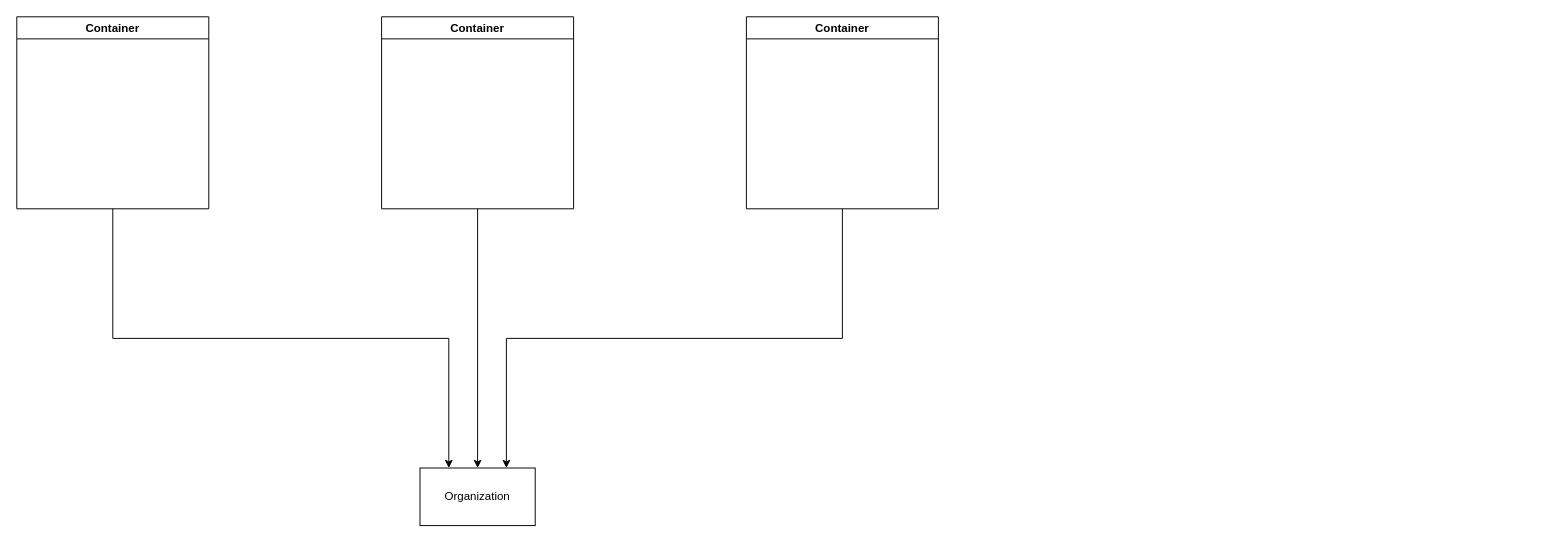
Earlier version of the draw.io diagram megasploit.drawio (LoaiEsam37/system-design-megasploit). Source tidied: cells renumbered, new cells numbered last; positions are measured from the earlier drawing's top-left corner, leaving out a move shared by most shapes. Both pictures are drawn from the tidied source at 96%, with x=0, y=0 at pixel (16, 16).
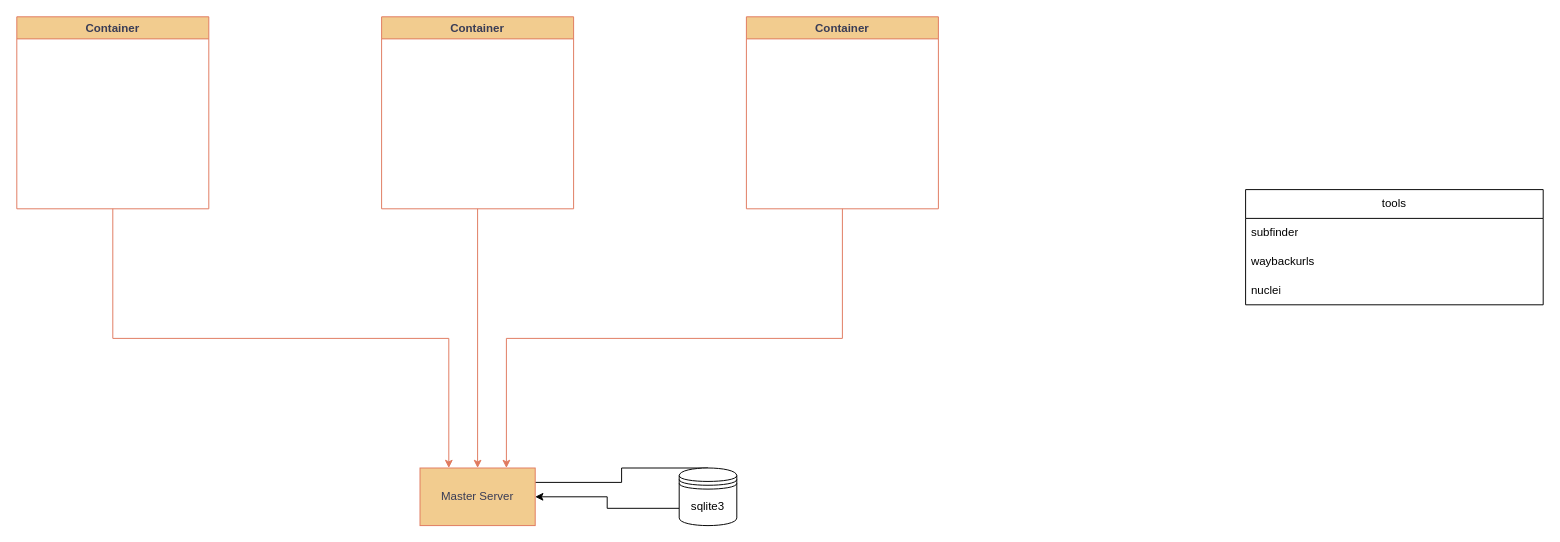
The same page after the edit.

The edit, as a diff of the source:
```diff
@@
 <mxGraphModel>
   <root>
     <mxCell id="0" />
     <mxCell id="1" parent="0" />
-    <mxCell id="2" style="edgeStyle=orthogonalEdgeStyle;rounded=0;jettySize=auto;html=1;exitX=0.5;exitY=1;exitDx=0;exitDy=0;entryX=0.25;entryY=0;entryDx=0;entryDy=0;" parent="1" edge="1" source="3" target="8">
+    <mxCell id="2" style="edgeStyle=orthogonalEdgeStyle;rounded=0;jettySize=auto;html=1;exitX=0.5;exitY=1;exitDx=0;exitDy=0;entryX=0.25;entryY=0;entryDx=0;entryDy=0;labelBackgroundColor=none;strokeColor=#E07A5F;fontColor=default;" parent="1" edge="1" source="3" target="8">
       <mxGeometry relative="1" as="geometry" />
     </mxCell>
-    <mxCell id="3" value="Container" style="swimlane;" parent="1" vertex="1">
+    <mxCell id="3" value="Container" style="swimlane;labelBackgroundColor=none;fillColor=#F2CC8F;strokeColor=#E07A5F;fontColor=#393C56;" parent="1" vertex="1">
       <mxGeometry width="200" height="200" as="geometry" />
     </mxCell>
-    <mxCell id="4" style="edgeStyle=orthogonalEdgeStyle;rounded=0;jettySize=auto;html=1;exitX=0.5;exitY=1;exitDx=0;exitDy=0;entryX=0.75;entryY=0;entryDx=0;entryDy=0;" parent="1" edge="1" source="5" target="8">
+    <mxCell id="4" style="edgeStyle=orthogonalEdgeStyle;rounded=0;jettySize=auto;html=1;exitX=0.5;exitY=1;exitDx=0;exitDy=0;entryX=0.75;entryY=0;entryDx=0;entryDy=0;labelBackgroundColor=none;strokeColor=#E07A5F;fontColor=default;" parent="1" edge="1" source="5" target="8">
       <mxGeometry relative="1" as="geometry" />
     </mxCell>
-    <mxCell id="5" value="Container" style="swimlane;" parent="1" vertex="1">
+    <mxCell id="5" value="Container" style="swimlane;labelBackgroundColor=none;fillColor=#F2CC8F;strokeColor=#E07A5F;fontColor=#393C56;" parent="1" vertex="1">
       <mxGeometry x="760" width="200" height="200" as="geometry" />
     </mxCell>
-    <mxCell id="6" style="edgeStyle=orthogonalEdgeStyle;rounded=0;jettySize=auto;html=1;exitX=0.5;exitY=1;exitDx=0;exitDy=0;entryX=0.5;entryY=0;entryDx=0;entryDy=0;" parent="1" edge="1" source="7" target="8">
+    <mxCell id="6" style="edgeStyle=orthogonalEdgeStyle;rounded=0;jettySize=auto;html=1;exitX=0.5;exitY=1;exitDx=0;exitDy=0;entryX=0.5;entryY=0;entryDx=0;entryDy=0;labelBackgroundColor=none;strokeColor=#E07A5F;fontColor=default;" parent="1" edge="1" source="7" target="8">
       <mxGeometry relative="1" as="geometry" />
     </mxCell>
-    <mxCell id="7" value="Container" style="swimlane;" parent="1" vertex="1">
+    <mxCell id="7" value="Container" style="swimlane;labelBackgroundColor=none;fillColor=#F2CC8F;strokeColor=#E07A5F;fontColor=#393C56;" parent="1" vertex="1">
       <mxGeometry x="380" width="200" height="200" as="geometry" />
     </mxCell>
+    <mxCell id="9" style="edgeStyle=elbowEdgeStyle;rounded=0;jettySize=auto;html=1;startArrow=none;endArrow=none;exitX=1;exitY=0.25;exitDx=0;exitDy=0;entryX=0.5;entryY=0;entryDx=0;entryDy=0;" parent="1" edge="1" source="8" target="11">
+      <mxGeometry relative="1" as="geometry" />
+    </mxCell>
-    <mxCell id="8" value="Organization" style="whiteSpace=wrap;html=1;align=center;newEdgeStyle={&quot;edgeStyle&quot;:&quot;elbowEdgeStyle&quot;,&quot;startArrow&quot;:&quot;none&quot;,&quot;endArrow&quot;:&quot;none&quot;};" parent="1" vertex="1">
+    <mxCell id="8" value="Master Server" style="whiteSpace=wrap;html=1;align=center;newEdgeStyle={&quot;edgeStyle&quot;:&quot;elbowEdgeStyle&quot;,&quot;startArrow&quot;:&quot;none&quot;,&quot;endArrow&quot;:&quot;none&quot;};labelBackgroundColor=none;fillColor=#F2CC8F;strokeColor=#E07A5F;fontColor=#393C56;" parent="1" vertex="1">
       <mxGeometry x="420" y="470" width="120" height="60" as="geometry" />
     </mxCell>
+    <mxCell id="10" style="edgeStyle=orthogonalEdgeStyle;rounded=0;jettySize=auto;html=1;exitX=0;exitY=0.7;exitDx=0;exitDy=0;" parent="1" edge="1" source="11" target="8">
+      <mxGeometry relative="1" as="geometry" />
+    </mxCell>
+    <mxCell id="11" value="sqlite3" style="shape=datastore;whiteSpace=wrap;html=1;" parent="1" vertex="1">
+      <mxGeometry x="690" y="470" width="60" height="60" as="geometry" />
+    </mxCell>
+    <mxCell id="12" value="tools" style="swimlane;fontStyle=0;horizontal=1;startSize=30;whiteSpace=wrap;html=1;" parent="1" vertex="1">
+      <mxGeometry x="1280" y="180" width="310" height="120" as="geometry" />
+    </mxCell>
+    <mxCell id="13" value="subfinder" style="text;strokeColor=none;fillColor=none;align=left;verticalAlign=middle;spacingLeft=4;spacingRight=4;overflow=hidden;whiteSpace=wrap;html=1;" parent="12" vertex="1">
+      <mxGeometry y="30" width="310" height="30" as="geometry" />
+    </mxCell>
+    <mxCell id="14" value="waybackurls" style="text;strokeColor=none;fillColor=none;align=left;verticalAlign=middle;spacingLeft=4;spacingRight=4;overflow=hidden;whiteSpace=wrap;html=1;" parent="12" vertex="1">
+      <mxGeometry y="60" width="310" height="30" as="geometry" />
+    </mxCell>
+    <mxCell id="15" value="nuclei" style="text;strokeColor=none;fillColor=none;align=left;verticalAlign=middle;spacingLeft=4;spacingRight=4;overflow=hidden;whiteSpace=wrap;html=1;" parent="12" vertex="1">
+      <mxGeometry y="90" width="310" height="30" as="geometry" />
+    </mxCell>
   </root>
 </mxGraphModel>
```
